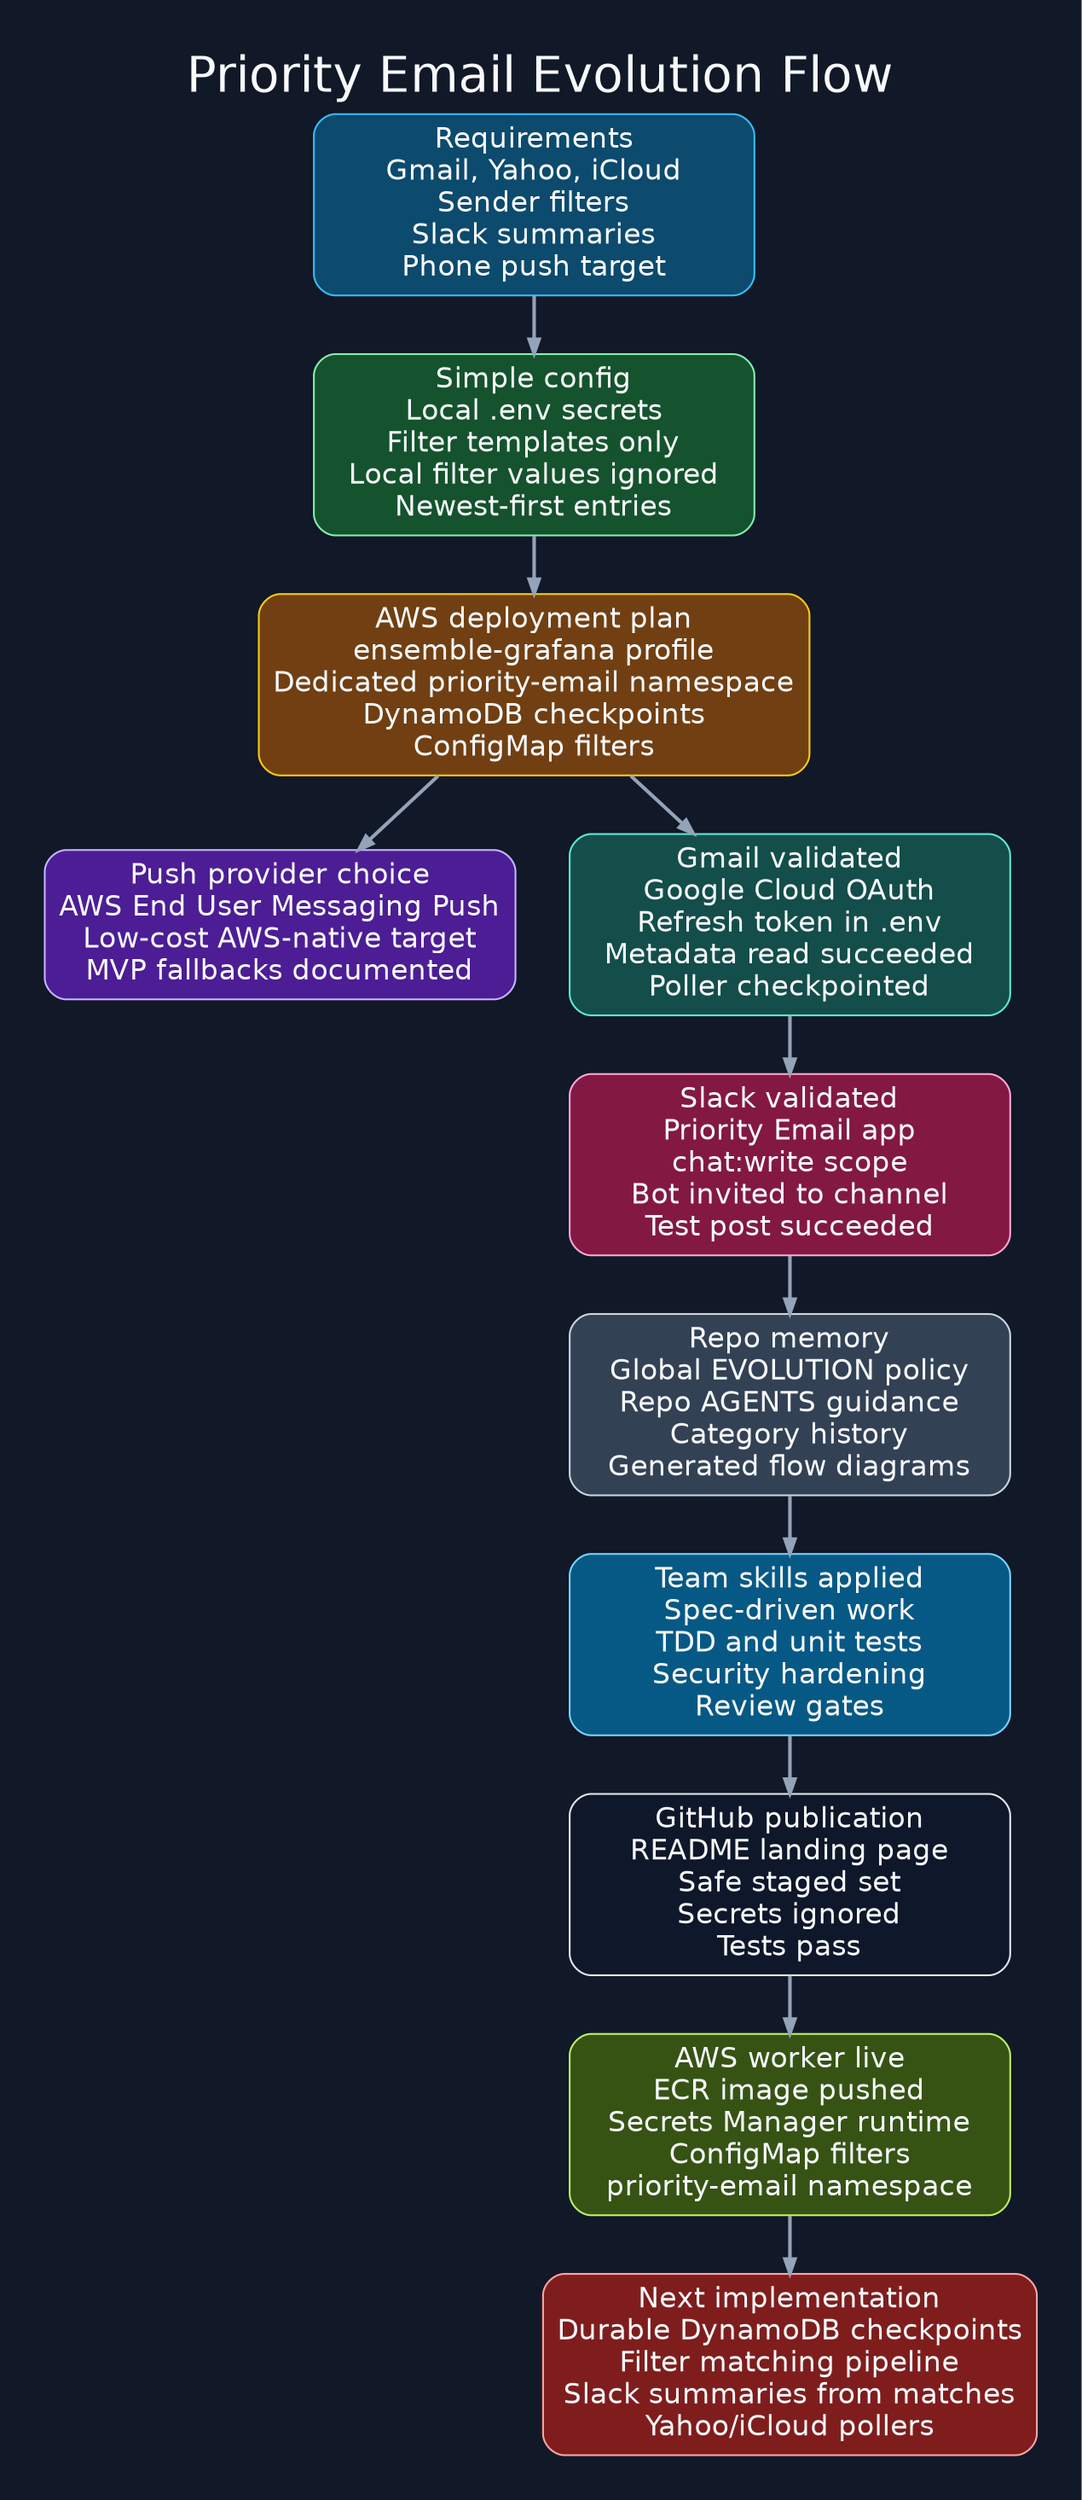
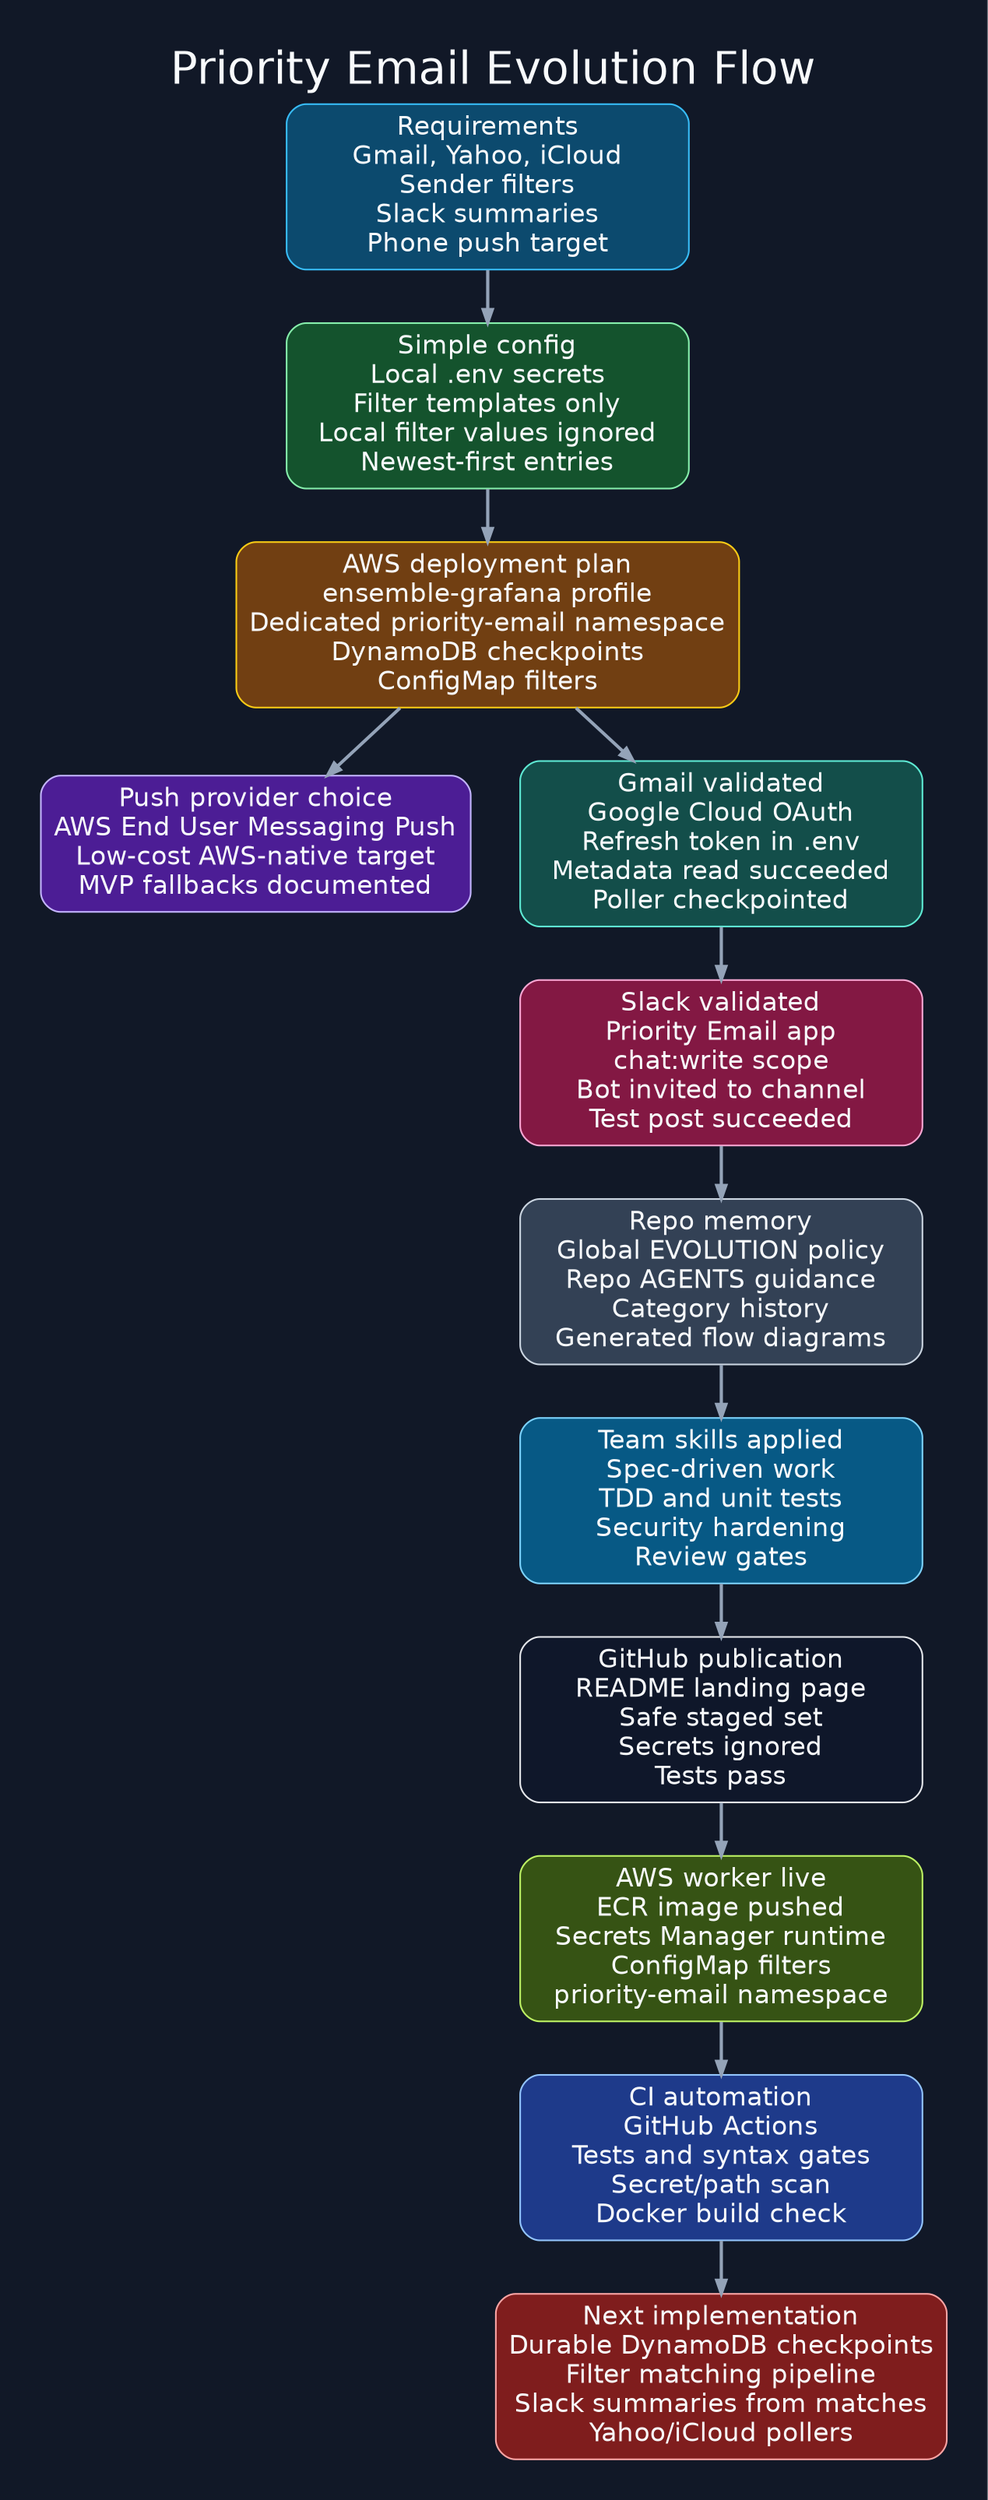
digraph priority_email_evolution_flow_dark {
  graph [
    rankdir=TB,
    bgcolor="#111827",
    pad="0.35",
    nodesep="0.42",
    ranksep="0.46",
    fontname="Helvetica",
    fontsize=28,
    fontcolor="#f8fafc",
    labelloc="t",
    label="Priority Email Evolution Flow"
  ];

  node [
    shape=box,
    style="rounded,filled",
    fontname="Helvetica",
    fontsize=16,
    margin="0.11,0.08",
    width=3.45,
    color="#cbd5e1",
    fontcolor="#f8fafc"
  ];

  edge [
    color="#94a3b8",
    arrowsize=0.8,
    penwidth=2,
    fontname="Helvetica",
    fontsize=12,
    fontcolor="#e5e7eb"
  ];

  requirements [
    label="Requirements\nGmail, Yahoo, iCloud\nSender filters\nSlack summaries\nPhone push target",
    fillcolor="#0c4a6e",
    color="#38bdf8"
  ];

  config [
    label="Simple config\nLocal .env secrets\nFilter templates only\nLocal filter values ignored\nNewest-first entries",
    fillcolor="#14532d",
    color="#86efac"
  ];

  deployment [
    label="AWS deployment plan\nensemble-grafana profile\nDedicated priority-email namespace\nDynamoDB checkpoints\nConfigMap filters",
    fillcolor="#713f12",
    color="#facc15"
  ];

  push [
    label="Push provider choice\nAWS End User Messaging Push\nLow-cost AWS-native target\nMVP fallbacks documented",
    fillcolor="#4c1d95",
    color="#c4b5fd"
  ];

  gmail [
    label="Gmail validated\nGoogle Cloud OAuth\nRefresh token in .env\nMetadata read succeeded\nPoller checkpointed",
    fillcolor="#134e4a",
    color="#5eead4"
  ];

  slack [
    label="Slack validated\nPriority Email app\nchat:write scope\nBot invited to channel\nTest post succeeded",
    fillcolor="#831843",
    color="#f9a8d4"
  ];

  policy [
    label="Repo memory\nGlobal EVOLUTION policy\nRepo AGENTS guidance\nCategory history\nGenerated flow diagrams",
    fillcolor="#334155",
    color="#cbd5e1"
  ];

  quality [
    label="Team skills applied\nSpec-driven work\nTDD and unit tests\nSecurity hardening\nReview gates",
    fillcolor="#075985",
    color="#7dd3fc"
  ];

  github [
    label="GitHub publication\nREADME landing page\nSafe staged set\nSecrets ignored\nTests pass",
    fillcolor="#0f172a",
    color="#e5e7eb"
  ];

  aws_live [
    label="AWS worker live\nECR image pushed\nSecrets Manager runtime\nConfigMap filters\npriority-email namespace",
    fillcolor="#365314",
    color="#bef264"
  ];

+   ci [
+     label="CI automation\nGitHub Actions\nTests and syntax gates\nSecret/path scan\nDocker build check",
+     fillcolor="#1e3a8a",
+     color="#93c5fd"
+   ];
+ 
  next [
    label="Next implementation\nDurable DynamoDB checkpoints\nFilter matching pipeline\nSlack summaries from matches\nYahoo/iCloud pollers",
    fillcolor="#7f1d1d",
    color="#fca5a5"
  ];

  requirements -> config;
  config -> deployment;
  deployment -> push;
  deployment -> gmail;
  gmail -> slack;
  slack -> policy;
  policy -> quality;
  quality -> github;
  github -> aws_live;
-   aws_live -> next;
+   aws_live -> ci;
+   ci -> next;
}
